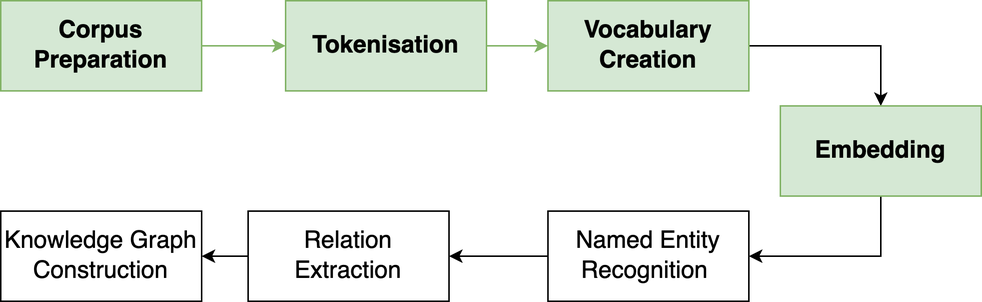
This is images/steps_1.png from nlp-tlp/Tutorial-WMC, a draw.io export, as it was before one commit. Source tidied: cells renumbered, new cells last; positions are measured from the earlier drawing's top-left corner, leaving out a move shared by most shapes.
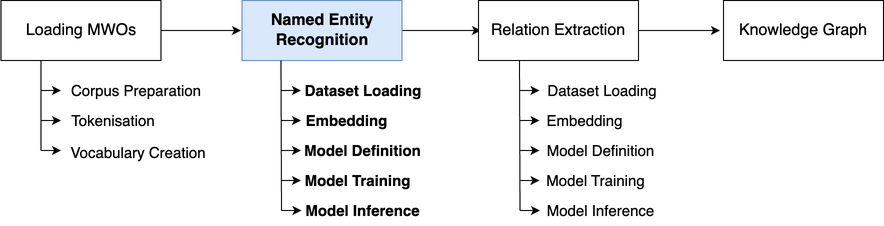
The same file after the commit.

What changed in the source:
```diff
@@ -2,44 +2,167 @@
   <root>
     <mxCell id="0" />
     <mxCell id="1" parent="0" />
-    <mxCell id="2" style="edgeStyle=orthogonalEdgeStyle;rounded=0;jettySize=auto;html=1;fontSize=16;fontStyle=1;fillColor=#d5e8d4;strokeColor=#82b366;" parent="1" edge="1" source="3" target="5">
-      <mxGeometry relative="1" as="geometry" />
-    </mxCell>
+    <mxCell id="15" style="edgeStyle=orthogonalEdgeStyle;rounded=0;jettySize=auto;html=1;" parent="1" edge="1" source="16">
+      <mxGeometry relative="1" as="geometry">
+        <mxPoint x="137.5" y="-190" as="targetPoint" />
+      </mxGeometry>
+    </mxCell>
+    <mxCell id="16" value="Loading MWOs" style="rounded=0;whiteSpace=wrap;html=1;fontSize=16;fontStyle=0;" parent="1" vertex="1">
+      <mxGeometry x="-102.5" y="-220" width="160" height="60" as="geometry" />
+    </mxCell>
+    <mxCell id="17" style="endArrow=none;html=1;rounded=0;entryX=0.5;entryY=1;entryDx=0;entryDy=0;fontStyle=0;" parent="1" edge="1">
+      <mxGeometry relative="1" as="geometry">
+        <mxPoint x="-62.5" y="-70" as="sourcePoint" />
+        <mxPoint x="-62.5" y="-160" as="targetPoint" />
+      </mxGeometry>
+    </mxCell>
-    <mxCell id="3" value="Corpus Preparation" style="rounded=0;whiteSpace=wrap;html=1;fontSize=16;fontStyle=1;fillColor=#d5e8d4;strokeColor=#82b366;" parent="1" vertex="1">
-      <mxGeometry width="134" height="60" as="geometry" />
+    <mxCell id="3" value="&lt;font style=&quot;font-size: 15px;&quot;&gt;Corpus Preparation&lt;/font&gt;" style="text;html=1;align=center;verticalAlign=middle;whiteSpace=wrap;rounded=0;fontStyle=0;" parent="1" vertex="1">
+      <mxGeometry x="-42.5" y="-145" width="150" height="30" as="geometry" />
     </mxCell>
-    <mxCell id="4" style="edgeStyle=orthogonalEdgeStyle;rounded=0;jettySize=auto;html=1;fontSize=16;fontStyle=1;fillColor=#d5e8d4;strokeColor=#82b366;" parent="1" edge="1" source="5" target="7">
-      <mxGeometry relative="1" as="geometry" />
-    </mxCell>
-    <mxCell id="5" value="Tokenisation" style="rounded=0;whiteSpace=wrap;html=1;fontSize=16;fontStyle=1;fillColor=#d5e8d4;strokeColor=#82b366;" parent="1" vertex="1">
-      <mxGeometry x="190" width="134" height="60" as="geometry" />
+    <mxCell id="5" value="&lt;font style=&quot;font-size: 15px;&quot;&gt;Tokenisation&lt;/font&gt;" style="text;html=1;align=center;verticalAlign=middle;whiteSpace=wrap;rounded=0;fontStyle=0;" parent="1" vertex="1">
+      <mxGeometry x="-65.5" y="-115" width="150" height="30" as="geometry" />
     </mxCell>
-    <mxCell id="6" style="edgeStyle=orthogonalEdgeStyle;rounded=0;jettySize=auto;html=1;fontSize=16;" parent="1" edge="1" source="7" target="9">
-      <mxGeometry relative="1" as="geometry" />
-    </mxCell>
-    <mxCell id="7" value="Vocabulary Creation" style="rounded=0;whiteSpace=wrap;html=1;fontSize=16;fontStyle=1;fillColor=#d5e8d4;strokeColor=#82b366;" parent="1" vertex="1">
-      <mxGeometry x="365" width="134" height="60" as="geometry" />
+    <mxCell id="7" value="&lt;font style=&quot;font-size: 15px;&quot;&gt;Vocabulary Creation&lt;/font&gt;" style="text;html=1;align=center;verticalAlign=middle;whiteSpace=wrap;rounded=0;fontStyle=0;" parent="1" vertex="1">
+      <mxGeometry x="-40.5" y="-83" width="150" height="30" as="geometry" />
     </mxCell>
-    <mxCell id="8" style="edgeStyle=orthogonalEdgeStyle;rounded=0;jettySize=auto;html=1;exitX=0.5;exitY=1;exitDx=0;exitDy=0;entryX=1;entryY=0.5;entryDx=0;entryDy=0;fontSize=16;" parent="1" edge="1" source="9" target="11">
-      <mxGeometry relative="1" as="geometry" />
-    </mxCell>
-    <mxCell id="9" value="Embedding" style="rounded=0;whiteSpace=wrap;html=1;fontSize=16;fontStyle=1;fillColor=#d5e8d4;strokeColor=#82b366;" parent="1" vertex="1">
-      <mxGeometry x="520" y="70" width="134" height="60" as="geometry" />
-    </mxCell>
-    <mxCell id="10" style="edgeStyle=orthogonalEdgeStyle;rounded=0;jettySize=auto;html=1;fontSize=16;" parent="1" edge="1" source="11" target="13">
-      <mxGeometry relative="1" as="geometry" />
-    </mxCell>
+    <mxCell id="18" style="endArrow=classic;html=1;rounded=0;fontStyle=0;" parent="1" edge="1">
+      <mxGeometry relative="1" as="geometry">
+        <mxPoint x="-62.5" y="-130" as="sourcePoint" />
+        <mxPoint x="-42.5" y="-130" as="targetPoint" />
+      </mxGeometry>
+    </mxCell>
+    <mxCell id="19" style="endArrow=classic;html=1;rounded=0;fontStyle=0;" parent="1" edge="1">
+      <mxGeometry relative="1" as="geometry">
+        <mxPoint x="-62.5" y="-100" as="sourcePoint" />
+        <mxPoint x="-42.5" y="-100" as="targetPoint" />
+      </mxGeometry>
+    </mxCell>
+    <mxCell id="20" style="endArrow=classic;html=1;rounded=0;fontStyle=0;" parent="1" edge="1">
+      <mxGeometry relative="1" as="geometry">
+        <mxPoint x="-62.5" y="-70" as="sourcePoint" />
+        <mxPoint x="-42.5" y="-70" as="targetPoint" />
+      </mxGeometry>
+    </mxCell>
+    <mxCell id="21" style="edgeStyle=orthogonalEdgeStyle;rounded=0;jettySize=auto;html=1;" parent="1" edge="1" source="11">
+      <mxGeometry relative="1" as="geometry">
+        <mxPoint x="377.5" y="-190" as="targetPoint" />
+      </mxGeometry>
+    </mxCell>
-    <mxCell id="11" value="Named Entity Recognition&amp;nbsp;" style="rounded=0;whiteSpace=wrap;html=1;fontSize=16;fontStyle=0;" parent="1" vertex="1">
-      <mxGeometry x="365" y="140" width="134" height="60" as="geometry" />
+    <mxCell id="11" value="Named Entity Recognition" style="rounded=0;whiteSpace=wrap;html=1;fontSize=16;fontStyle=1;fillColor=#dae8fc;strokeColor=#6c8ebf;" parent="1" vertex="1">
+      <mxGeometry x="138.5" y="-220" width="160" height="60" as="geometry" />
     </mxCell>
-    <mxCell id="12" style="edgeStyle=orthogonalEdgeStyle;rounded=0;jettySize=auto;html=1;fontSize=16;" parent="1" edge="1" source="13" target="14">
-      <mxGeometry relative="1" as="geometry" />
-    </mxCell>
+    <mxCell id="22" style="endArrow=none;html=1;rounded=0;entryX=0.5;entryY=1;entryDx=0;entryDy=0;fontStyle=1;" parent="1" edge="1">
+      <mxGeometry relative="1" as="geometry">
+        <mxPoint x="178" y="-10" as="sourcePoint" />
+        <mxPoint x="177.5" y="-160" as="targetPoint" />
+      </mxGeometry>
+    </mxCell>
+    <mxCell id="23" value="&lt;span style=&quot;font-size: 15px;&quot;&gt;Dataset Loading&lt;/span&gt;" style="text;html=1;strokeColor=none;fillColor=none;align=center;verticalAlign=middle;whiteSpace=wrap;rounded=0;fontStyle=1;" parent="1" vertex="1">
+      <mxGeometry x="181" y="-145" width="158" height="30" as="geometry" />
+    </mxCell>
+    <mxCell id="24" value="&lt;font style=&quot;font-size: 15px;&quot;&gt;Model Definition&lt;/font&gt;" style="text;html=1;strokeColor=none;fillColor=none;align=center;verticalAlign=middle;whiteSpace=wrap;rounded=0;fontStyle=1;" parent="1" vertex="1">
+      <mxGeometry x="152.5" y="-85" width="213" height="30" as="geometry" />
+    </mxCell>
+    <mxCell id="25" style="endArrow=classic;html=1;rounded=0;fontStyle=1;" parent="1" edge="1">
+      <mxGeometry relative="1" as="geometry">
+        <mxPoint x="177.5" y="-130" as="sourcePoint" />
+        <mxPoint x="197.5" y="-130" as="targetPoint" />
+      </mxGeometry>
+    </mxCell>
+    <mxCell id="26" style="endArrow=classic;html=1;rounded=0;fontStyle=1;" parent="1" edge="1">
+      <mxGeometry relative="1" as="geometry">
+        <mxPoint x="177.5" y="-100" as="sourcePoint" />
+        <mxPoint x="197.5" y="-100" as="targetPoint" />
+      </mxGeometry>
+    </mxCell>
+    <mxCell id="27" style="endArrow=classic;html=1;rounded=0;fontStyle=1;" parent="1" edge="1">
+      <mxGeometry relative="1" as="geometry">
+        <mxPoint x="177.5" y="-70" as="sourcePoint" />
+        <mxPoint x="197.5" y="-70" as="targetPoint" />
+      </mxGeometry>
+    </mxCell>
+    <mxCell id="28" style="endArrow=classic;html=1;rounded=0;fontStyle=1;" parent="1" edge="1">
+      <mxGeometry relative="1" as="geometry">
+        <mxPoint x="177.5" y="-40" as="sourcePoint" />
+        <mxPoint x="197.5" y="-40" as="targetPoint" />
+      </mxGeometry>
+    </mxCell>
+    <mxCell id="29" value="&lt;font style=&quot;font-size: 15px;&quot;&gt;Model Training&lt;/font&gt;" style="text;html=1;strokeColor=none;fillColor=none;align=center;verticalAlign=middle;whiteSpace=wrap;rounded=0;fontStyle=1;" parent="1" vertex="1">
+      <mxGeometry x="147.5" y="-55" width="213" height="30" as="geometry" />
+    </mxCell>
+    <mxCell id="30" value="&lt;font style=&quot;font-size: 15px;&quot;&gt;Model Inference&lt;/font&gt;" style="text;html=1;strokeColor=none;fillColor=none;align=center;verticalAlign=middle;whiteSpace=wrap;rounded=0;fontStyle=1;" parent="1" vertex="1">
+      <mxGeometry x="152.5" y="-25" width="213" height="30" as="geometry" />
+    </mxCell>
+    <mxCell id="31" style="edgeStyle=orthogonalEdgeStyle;rounded=0;jettySize=auto;html=1;" parent="1" edge="1" source="13">
+      <mxGeometry relative="1" as="geometry">
+        <mxPoint x="616.5" y="-190" as="targetPoint" />
+      </mxGeometry>
+    </mxCell>
     <mxCell id="13" value="Relation Extraction" style="rounded=0;whiteSpace=wrap;html=1;fontSize=16;fontStyle=0;" parent="1" vertex="1">
-      <mxGeometry x="165" y="140" width="134" height="60" as="geometry" />
+      <mxGeometry x="375" y="-220" width="160" height="60" as="geometry" />
     </mxCell>
-    <mxCell id="14" value="Knowledge Graph Construction" style="rounded=0;whiteSpace=wrap;html=1;fontSize=16;" parent="1" vertex="1">
-      <mxGeometry y="140" width="134" height="60" as="geometry" />
-    </mxCell>
+    <mxCell id="32" value="Knowledge Graph" style="rounded=0;whiteSpace=wrap;html=1;fontSize=16;fontStyle=0;" parent="1" vertex="1">
+      <mxGeometry x="620" y="-220" width="160" height="60" as="geometry" />
+    </mxCell>
+    <mxCell id="33" style="endArrow=classic;html=1;rounded=0;fontStyle=1;" parent="1" edge="1">
+      <mxGeometry relative="1" as="geometry">
+        <mxPoint x="178" y="-10" as="sourcePoint" />
+        <mxPoint x="198" y="-10" as="targetPoint" />
+      </mxGeometry>
+    </mxCell>
+    <mxCell id="34" value="&lt;font style=&quot;font-size: 15px;&quot;&gt;Embedding&lt;/font&gt;" style="text;html=1;strokeColor=none;fillColor=none;align=center;verticalAlign=middle;whiteSpace=wrap;rounded=0;fontStyle=1;" parent="1" vertex="1">
+      <mxGeometry x="136.5" y="-115" width="213" height="30" as="geometry" />
+    </mxCell>
+    <mxCell id="35" style="endArrow=none;html=1;rounded=0;entryX=0.5;entryY=1;entryDx=0;entryDy=0;" parent="1" edge="1">
+      <mxGeometry relative="1" as="geometry">
+        <mxPoint x="416.5" y="-10" as="sourcePoint" />
+        <mxPoint x="416" y="-160" as="targetPoint" />
+      </mxGeometry>
+    </mxCell>
+    <mxCell id="36" value="&lt;span style=&quot;font-size: 15px;&quot;&gt;Dataset Loading&lt;/span&gt;" style="text;html=1;strokeColor=none;fillColor=none;align=center;verticalAlign=middle;whiteSpace=wrap;rounded=0;" parent="1" vertex="1">
+      <mxGeometry x="419.5" y="-145" width="158" height="30" as="geometry" />
+    </mxCell>
+    <mxCell id="37" value="&lt;font style=&quot;font-size: 15px;&quot;&gt;Model Definition&lt;/font&gt;" style="text;html=1;strokeColor=none;fillColor=none;align=center;verticalAlign=middle;whiteSpace=wrap;rounded=0;" parent="1" vertex="1">
+      <mxGeometry x="391" y="-85" width="213" height="30" as="geometry" />
+    </mxCell>
+    <mxCell id="38" style="endArrow=classic;html=1;rounded=0;" parent="1" edge="1">
+      <mxGeometry relative="1" as="geometry">
+        <mxPoint x="416" y="-130" as="sourcePoint" />
+        <mxPoint x="436" y="-130" as="targetPoint" />
+      </mxGeometry>
+    </mxCell>
+    <mxCell id="39" style="endArrow=classic;html=1;rounded=0;" parent="1" edge="1">
+      <mxGeometry relative="1" as="geometry">
+        <mxPoint x="416" y="-100" as="sourcePoint" />
+        <mxPoint x="436" y="-100" as="targetPoint" />
+      </mxGeometry>
+    </mxCell>
+    <mxCell id="40" style="endArrow=classic;html=1;rounded=0;" parent="1" edge="1">
+      <mxGeometry relative="1" as="geometry">
+        <mxPoint x="416" y="-70" as="sourcePoint" />
+        <mxPoint x="436" y="-70" as="targetPoint" />
+      </mxGeometry>
+    </mxCell>
+    <mxCell id="41" style="endArrow=classic;html=1;rounded=0;" parent="1" edge="1">
+      <mxGeometry relative="1" as="geometry">
+        <mxPoint x="416" y="-40" as="sourcePoint" />
+        <mxPoint x="436" y="-40" as="targetPoint" />
+      </mxGeometry>
+    </mxCell>
+    <mxCell id="42" value="&lt;font style=&quot;font-size: 15px;&quot;&gt;Model Training&lt;/font&gt;" style="text;html=1;strokeColor=none;fillColor=none;align=center;verticalAlign=middle;whiteSpace=wrap;rounded=0;" parent="1" vertex="1">
+      <mxGeometry x="386" y="-55" width="213" height="30" as="geometry" />
+    </mxCell>
+    <mxCell id="43" value="&lt;font style=&quot;font-size: 15px;&quot;&gt;Model Inference&lt;/font&gt;" style="text;html=1;strokeColor=none;fillColor=none;align=center;verticalAlign=middle;whiteSpace=wrap;rounded=0;" parent="1" vertex="1">
+      <mxGeometry x="391" y="-25" width="213" height="30" as="geometry" />
+    </mxCell>
+    <mxCell id="44" style="endArrow=classic;html=1;rounded=0;" parent="1" edge="1">
+      <mxGeometry relative="1" as="geometry">
+        <mxPoint x="416.5" y="-10" as="sourcePoint" />
+        <mxPoint x="436.5" y="-10" as="targetPoint" />
+      </mxGeometry>
+    </mxCell>
+    <mxCell id="45" value="&lt;font style=&quot;font-size: 15px;&quot;&gt;Embedding&lt;/font&gt;" style="text;html=1;strokeColor=none;fillColor=none;align=center;verticalAlign=middle;whiteSpace=wrap;rounded=0;" parent="1" vertex="1">
+      <mxGeometry x="375" y="-115" width="213" height="30" as="geometry" />
+    </mxCell>
   </root>
 </mxGraphModel>
```
